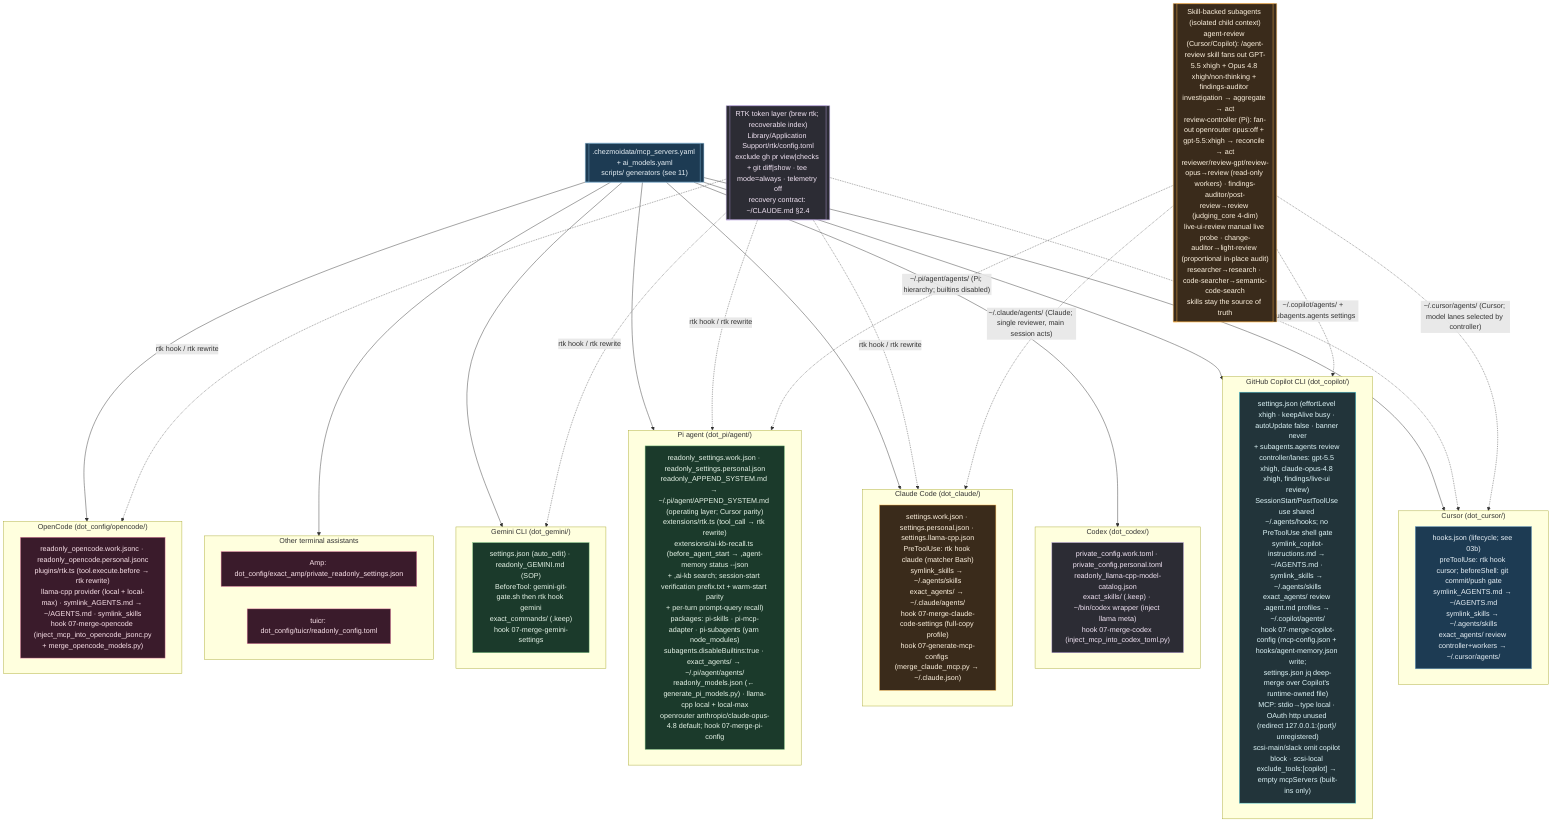
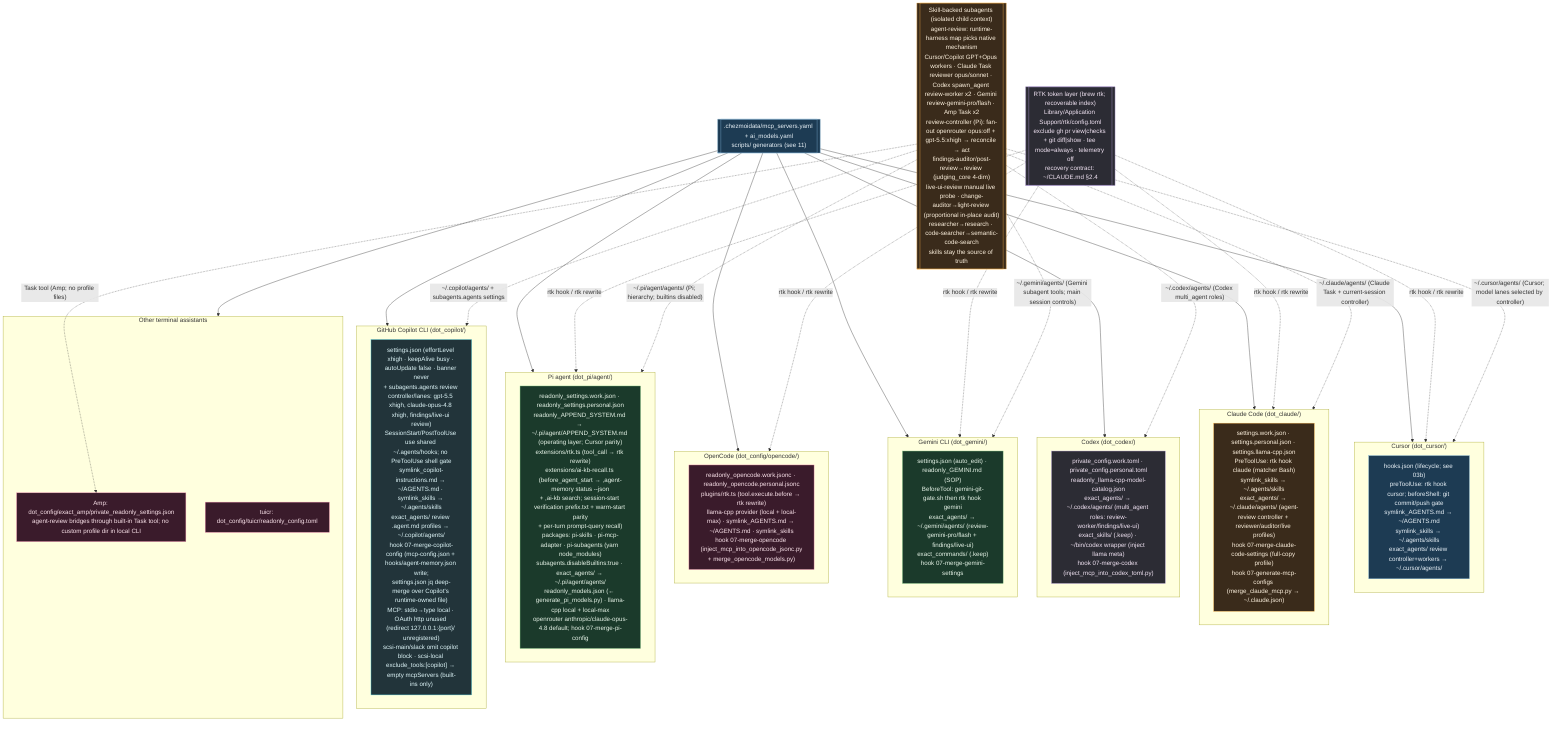
%% ============================================================================
%% 12-ai-tool-configs.mmd — Every per-tool AI config file in home/.
%% Pattern: source carries .work + .personal variants; a 07-merge-* hook picks
%% by isWork and merges generated MCP/model blocks into the live config.
%% ============================================================================
flowchart TB
    classDef cursor fill:#1d3b53,stroke:#7fb3d5,color:#eaf2f8;
    classDef claude fill:#3a2b1b,stroke:#ffb74d,color:#fff3e0;
    classDef codex fill:#2c2c34,stroke:#b39ddb,color:#f3e5f5;
    classDef gem fill:#1b3a2b,stroke:#81c784,color:#e8f5e9;
    classDef oc fill:#3a1b2b,stroke:#f48fb1,color:#fce4ec;
    classDef cop fill:#22343a,stroke:#4dd0e1,color:#e0f7fa;

    subgraph CURSOR["Cursor (dot_cursor/)"]
        CU["hooks.json (lifecycle; see 03b)<br/>preToolUse: rtk hook cursor; beforeShell: git commit/push gate<br/>symlink_AGENTS.md → ~/AGENTS.md<br/>symlink_skills → ~/.agents/skills<br/>exact_agents/ review controller+workers → ~/.cursor/agents/"]:::cursor
    end

    subgraph CLAUDE["Claude Code (dot_claude/)"]
-         CLD["settings.work.json · settings.personal.json · settings.llama-cpp.json<br/>PreToolUse: rtk hook claude (matcher Bash)<br/>symlink_skills → ~/.agents/skills<br/>exact_agents/ → ~/.claude/agents/<br/>hook 07-merge-claude-code-settings (full-copy profile)<br/>hook 07-generate-mcp-configs (merge_claude_mcp.py → ~/.claude.json)"]:::claude
+         CLD["settings.work.json · settings.personal.json · settings.llama-cpp.json<br/>PreToolUse: rtk hook claude (matcher Bash)<br/>symlink_skills → ~/.agents/skills<br/>exact_agents/ → ~/.claude/agents/ (agent-review controller + reviewer/auditor/live profiles)<br/>hook 07-merge-claude-code-settings (full-copy profile)<br/>hook 07-generate-mcp-configs (merge_claude_mcp.py → ~/.claude.json)"]:::claude
    end

    subgraph CODEX["Codex (dot_codex/)"]
-         CDX["private_config.work.toml · private_config.personal.toml<br/>readonly_llama-cpp-model-catalog.json<br/>exact_skills/ (.keep) · ~/bin/codex wrapper (inject llama meta)<br/>hook 07-merge-codex (inject_mcp_into_codex_toml.py)"]:::codex
+         CDX["private_config.work.toml · private_config.personal.toml<br/>readonly_llama-cpp-model-catalog.json<br/>exact_agents/ → ~/.codex/agents/ (multi_agent roles: review-worker/findings/live-ui)<br/>exact_skills/ (.keep) · ~/bin/codex wrapper (inject llama meta)<br/>hook 07-merge-codex (inject_mcp_into_codex_toml.py)"]:::codex
    end

    subgraph GEMINI["Gemini CLI (dot_gemini/)"]
-         GMN["settings.json (auto_edit) · readonly_GEMINI.md (SOP)<br/>BeforeTool: gemini-git-gate.sh then rtk hook gemini<br/>exact_commands/ (.keep)<br/>hook 07-merge-gemini-settings"]:::gem
+         GMN["settings.json (auto_edit) · readonly_GEMINI.md (SOP)<br/>BeforeTool: gemini-git-gate.sh then rtk hook gemini<br/>exact_agents/ → ~/.gemini/agents/ (review-gemini-pro/flash + findings/live-ui)<br/>exact_commands/ (.keep)<br/>hook 07-merge-gemini-settings"]:::gem
    end

    subgraph OPENCODE["OpenCode (dot_config/opencode/)"]
        OPC["readonly_opencode.work.jsonc · readonly_opencode.personal.jsonc<br/>plugins/rtk.ts (tool.execute.before → rtk rewrite)<br/>llama-cpp provider (local + local-max) · symlink_AGENTS.md → ~/AGENTS.md · symlink_skills<br/>hook 07-merge-opencode (inject_mcp_into_opencode_jsonc.py<br/>+ merge_opencode_models.py)"]:::oc
    end

    subgraph PI["Pi agent (dot_pi/agent/)"]
        PIA["readonly_settings.work.json · readonly_settings.personal.json<br/>readonly_APPEND_SYSTEM.md → ~/.pi/agent/APPEND_SYSTEM.md (operating layer; Cursor parity)<br/>extensions/rtk.ts (tool_call → rtk rewrite)<br/>extensions/ai-kb-recall.ts (before_agent_start → ,agent-memory status --json<br/>+ ,ai-kb search; session-start verification prefix.txt + warm-start parity<br/>+ per-turn prompt-query recall)<br/>packages: pi-skills · pi-mcp-adapter · pi-subagents (yarn node_modules)<br/>subagents.disableBuiltins:true · exact_agents/ → ~/.pi/agent/agents/<br/>readonly_models.json (← generate_pi_models.py) · llama-cpp local + local-max<br/>openrouter anthropic/claude-opus-4.8 default; hook 07-merge-pi-config"]:::gem
    end

    subgraph COPILOT["GitHub Copilot CLI (dot_copilot/)"]
        COP["settings.json (effortLevel xhigh · keepAlive busy · autoUpdate false · banner never<br/>+ subagents.agents review controller/lanes: gpt-5.5 xhigh, claude-opus-4.8 xhigh, findings/live-ui review)<br/>SessionStart/PostToolUse use shared ~/.agents/hooks; no PreToolUse shell gate<br/>symlink_copilot-instructions.md → ~/AGENTS.md · symlink_skills → ~/.agents/skills<br/>exact_agents/ review .agent.md profiles → ~/.copilot/agents/<br/>hook 07-merge-copilot-config (mcp-config.json + hooks/agent-memory.json write;<br/>settings.json jq deep-merge over Copilot's runtime-owned file)<br/>MCP: stdio→type local · OAuth http unused (redirect 127.0.0.1:{port}/ unregistered)<br/>scsi-main/slack omit copilot block · scsi-local exclude_tools:[copilot] → empty mcpServers (built-ins only)"]:::cop
    end

    subgraph OTHER["Other terminal assistants"]
-         AMP["Amp: dot_config/exact_amp/private_readonly_settings.json"]:::oc
+         AMP["Amp: dot_config/exact_amp/private_readonly_settings.json<br/>agent-review bridges through built-in Task tool; no custom profile dir in local CLI"]:::oc
        TUI["tuicr: dot_config/tuicr/readonly_config.toml"]:::oc
    end

    REG[[".chezmoidata/mcp_servers.yaml + ai_models.yaml<br/>scripts/ generators (see 11)"]]:::cursor
    REG --> CURSOR & CLAUDE & CODEX & GEMINI & OPENCODE & PI & COPILOT & OTHER

    RTK[["RTK token layer (brew rtk; recoverable index)<br/>Library/Application Support/rtk/config.toml<br/>exclude gh pr view|checks + git diff|show · tee mode=always · telemetry off<br/>recovery contract: ~/CLAUDE.md §2.4"]]:::codex
    RTK -.->|"rtk hook / rtk rewrite"| CURSOR & CLAUDE & GEMINI & OPENCODE & PI

-     SUBA[["Skill-backed subagents (isolated child context)<br/>agent-review (Cursor/Copilot): /agent-review skill fans out GPT-5.5 xhigh + Opus 4.8 xhigh/non-thinking + findings-auditor investigation → aggregate → act<br/>review-controller (Pi): fan-out openrouter opus:off + gpt-5.5:xhigh → reconcile → act<br/>reviewer/review-gpt/review-opus→review (read-only workers) · findings-auditor/post-review→review (judging_core 4-dim)<br/>live-ui-review manual live probe · change-auditor→light-review (proportional in-place audit)<br/>researcher→research · code-searcher→semantic-code-search<br/>skills stay the source of truth"]]:::claude
+     SUBA[["Skill-backed subagents (isolated child context)<br/>agent-review: runtime-harness map picks native mechanism<br/>Cursor/Copilot GPT+Opus workers · Claude Task reviewer opus/sonnet · Codex spawn_agent review-worker x2 · Gemini review-gemini-pro/flash · Amp Task x2<br/>review-controller (Pi): fan-out openrouter opus:off + gpt-5.5:xhigh → reconcile → act<br/>findings-auditor/post-review→review (judging_core 4-dim)<br/>live-ui-review manual live probe · change-auditor→light-review (proportional in-place audit)<br/>researcher→research · code-searcher→semantic-code-search<br/>skills stay the source of truth"]]:::claude
    SUBA -.->|"~/.cursor/agents/ (Cursor; model lanes selected by controller)"| CURSOR
    SUBA -.->|"~/.copilot/agents/ + subagents.agents settings"| COPILOT
-     SUBA -.->|"~/.claude/agents/ (Claude; single reviewer, main session acts)"| CLAUDE
+     SUBA -.->|"~/.claude/agents/ (Claude Task + current-session controller)"| CLAUDE
+     SUBA -.->|"~/.codex/agents/ (Codex multi_agent roles)"| CODEX
+     SUBA -.->|"~/.gemini/agents/ (Gemini subagent tools; main session controls)"| GEMINI
+     SUBA -.->|"Task tool (Amp; no profile files)"| AMP
    SUBA -.->|"~/.pi/agent/agents/ (Pi; hierarchy; builtins disabled)"| PI
